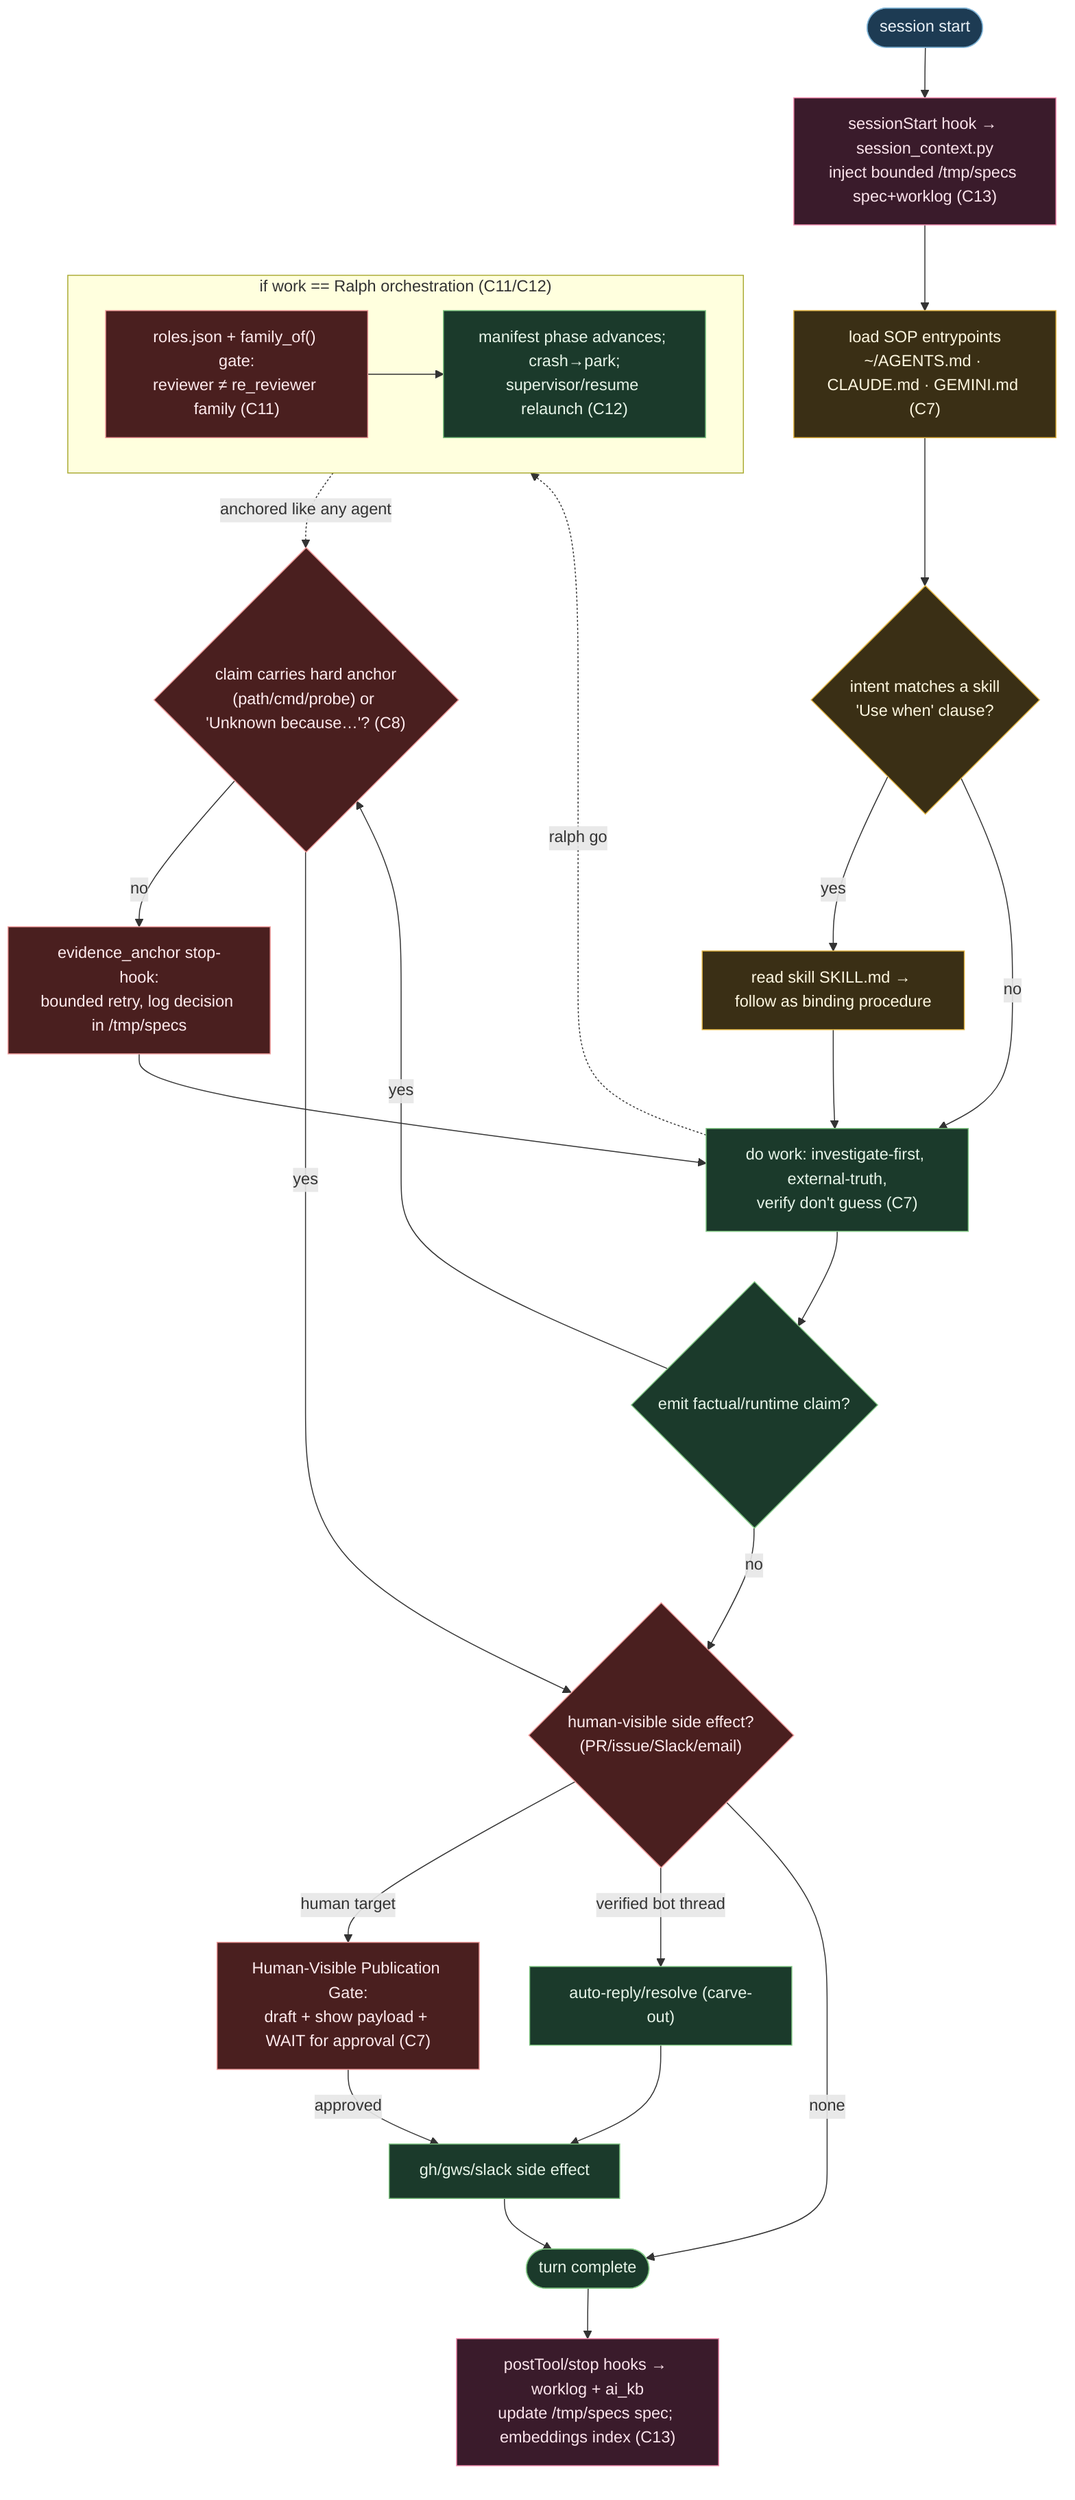
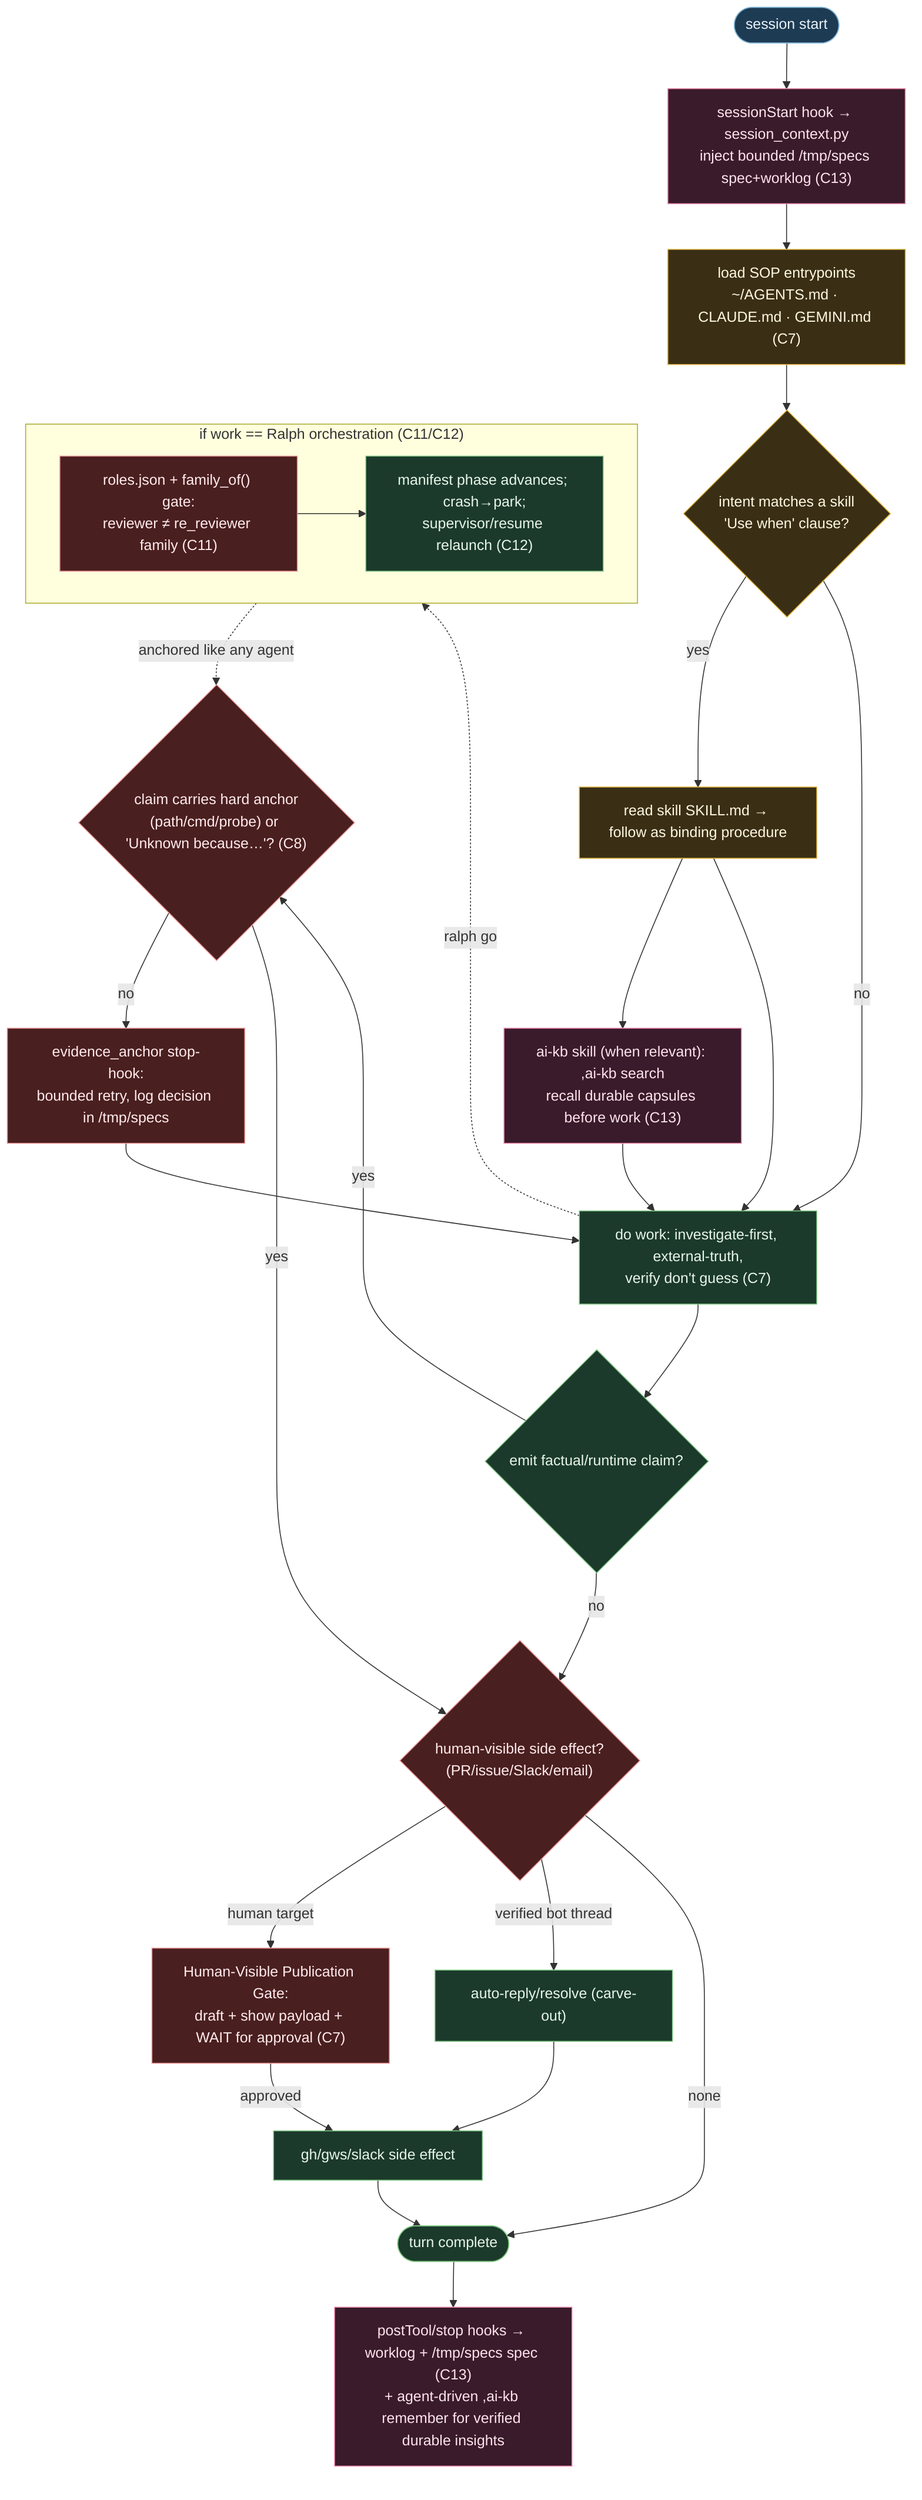
%% ============================================================================
%% S2-flow-agent-runtime.mmd — FLOW: one agent turn as a governed pipeline.
%% Traces a prompt from session start → governance load → verify loop → gated
%% side effects → memory. Realizes C7, C8, C13 (and C11/C12 when work is Ralph).
%% Files are nodes ON the control flow. (drill: 03, 03b, 04, 04b, 12)
%% ============================================================================
flowchart TB
    classDef in fill:#1d3b53,stroke:#7fb3d5,color:#eaf2f8;
    classDef gov fill:#3a2f15,stroke:#e0b341,color:#fff8e1;
    classDef loop fill:#1b3a2b,stroke:#81c784,color:#e8f5e9;
    classDef gate fill:#4a1f1f,stroke:#ef9a9a,color:#ffebee;
    classDef mem fill:#3a1b2b,stroke:#f48fb1,color:#fce4ec;

    START(["session start"]):::in
    START --> SS["sessionStart hook → session_context.py<br/>inject bounded /tmp/specs spec+worklog (C13)"]:::mem
    SS --> SOP["load SOP entrypoints<br/>~/AGENTS.md · CLAUDE.md · GEMINI.md (C7)"]:::gov
    SOP --> SKILL{"intent matches a skill<br/>'Use when' clause?"}:::gov
    SKILL -->|yes| LOAD["read skill SKILL.md → follow as binding procedure"]:::gov
    SKILL -->|no| WORK
-     LOAD --> WORK["do work: investigate-first, external-truth,<br/>verify don't guess (C7)"]:::loop
+     LOAD --> RECALL["ai-kb skill (when relevant): ,ai-kb search<br/>recall durable capsules before work (C13)"]:::mem
+     RECALL --> WORK
+     LOAD --> WORK
+     WORK["do work: investigate-first, external-truth,<br/>verify don't guess (C7)"]:::loop

    WORK --> CLAIM{"emit factual/runtime claim?"}:::loop
    CLAIM -->|yes| ANCHOR{"claim carries hard anchor<br/>(path/cmd/probe) or 'Unknown because…'? (C8)"}:::gate
    ANCHOR -->|no| RETRY["evidence_anchor stop-hook:<br/>bounded retry, log decision in /tmp/specs"]:::gate
    RETRY --> WORK
    ANCHOR -->|yes| SIDE
    CLAIM -->|no| SIDE

    SIDE{"human-visible side effect?<br/>(PR/issue/Slack/email)"}:::gate
    SIDE -->|"human target"| HGATE["Human-Visible Publication Gate:<br/>draft + show payload + WAIT for approval (C7)"]:::gate
    SIDE -->|"verified bot thread"| AUTO["auto-reply/resolve (carve-out)"]:::loop
    SIDE -->|none| DONE
    HGATE -->|approved| EMIT["gh/gws/slack side effect"]:::loop
    AUTO --> EMIT
    EMIT --> DONE

    DONE(["turn complete"]):::loop
-     DONE --> PERSIST["postTool/stop hooks → worklog + ai_kb<br/>update /tmp/specs spec; embeddings index (C13)"]:::mem
+     DONE --> PERSIST["postTool/stop hooks → worklog + /tmp/specs spec (C13)<br/>+ agent-driven ,ai-kb remember for verified durable insights"]:::mem

    subgraph RALPH["if work == Ralph orchestration (C11/C12)"]
        direction LR
        RR["roles.json + family_of() gate:<br/>reviewer ≠ re_reviewer family (C11)"]:::gate
        SM["manifest phase advances; crash→park;<br/>supervisor/resume relaunch (C12)"]:::loop
        RR --> SM
    end
    WORK -. "ralph go" .-> RALPH
    SM -. "anchored like any agent" .-> ANCHOR
